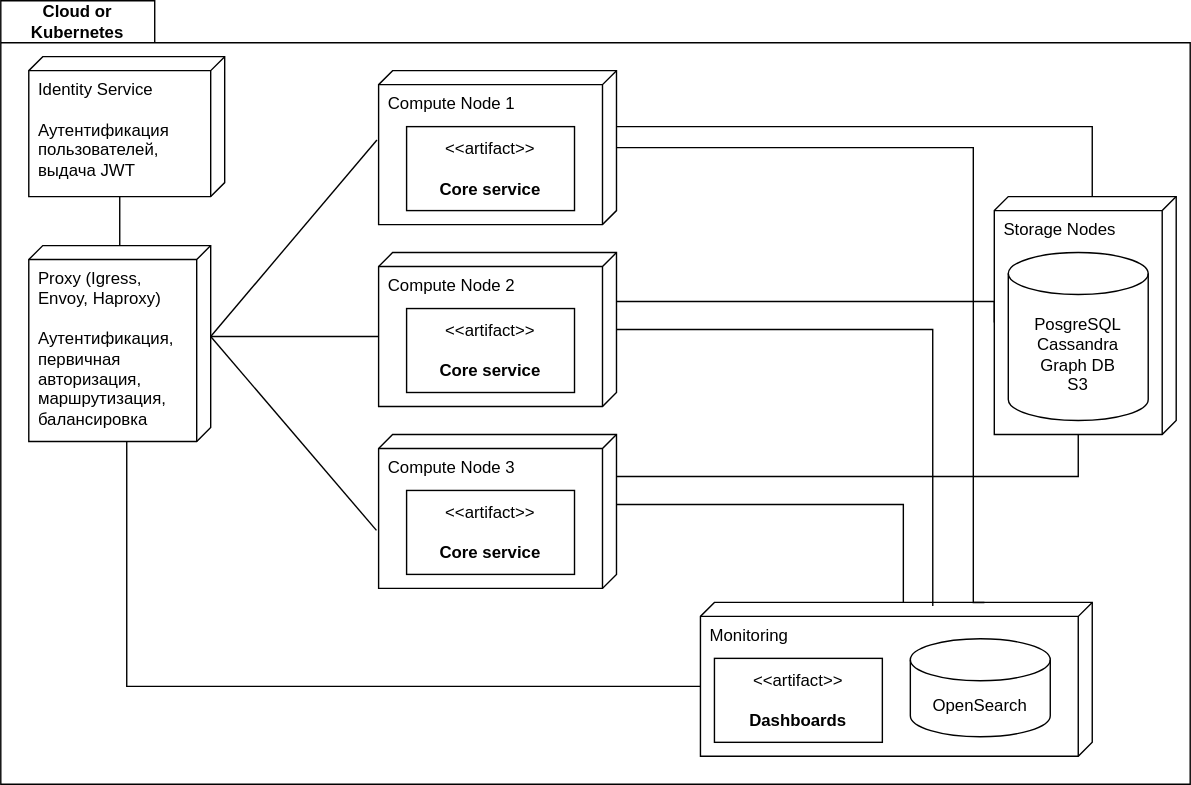
jep21s/core-messenger-project keeps this draw.io diagram as docs/04-devops/deployment.drawio.svg. Above is the earlier version. Source tidied: cells renumbered, new cells last; positions are measured from the earlier drawing's top-left corner, leaving out a move shared by most shapes. The source it was exported from:
```xml
<mxGraphModel>
  <root>
    <mxCell id="0" />
    <mxCell id="1" parent="0" />
    <mxCell id="2" value="Cloud or Kubernetes" style="shape=folder;fontStyle=1;tabWidth=110;tabHeight=30;tabPosition=left;html=1;boundedLbl=1;labelInHeader=1;whiteSpace=wrap;fillColor=none;" parent="1" vertex="1">
      <mxGeometry width="850" height="560" as="geometry" />
    </mxCell>
    <mxCell id="3" value="Storage Nodes" style="verticalAlign=top;align=left;shape=cube;size=10;direction=south;fontStyle=0;html=1;boundedLbl=1;spacingLeft=5;whiteSpace=wrap;" parent="2" vertex="1">
      <mxGeometry x="710" y="140" width="130" height="170" as="geometry" />
    </mxCell>
    <mxCell id="4" value="Proxy (Igress, Envoy, Haproxy)&lt;div&gt;&lt;br&gt;&lt;/div&gt;&lt;div&gt;Аутентификация, первичная авторизация, маршрутизация,&lt;/div&gt;&lt;div&gt;балансировка&lt;/div&gt;" style="verticalAlign=top;align=left;shape=cube;size=10;direction=south;fontStyle=0;html=1;boundedLbl=1;spacingLeft=5;whiteSpace=wrap;" parent="2" vertex="1">
      <mxGeometry x="20" y="175" width="130" height="140" as="geometry" />
    </mxCell>
    <mxCell id="5" value="Compute Node 1" style="verticalAlign=top;align=left;shape=cube;size=10;direction=south;fontStyle=0;html=1;boundedLbl=1;spacingLeft=5;whiteSpace=wrap;" parent="2" vertex="1">
      <mxGeometry x="270" y="50" width="170" height="110" as="geometry" />
    </mxCell>
    <mxCell id="6" value="&amp;lt;&amp;lt;artifact&amp;gt;&amp;gt;&lt;br&gt;&lt;br&gt;&lt;b&gt;Core service&lt;/b&gt;" style="html=1;align=center;verticalAlign=middle;dashed=0;whiteSpace=wrap;" parent="2" vertex="1">
      <mxGeometry x="290" y="90" width="120" height="60" as="geometry" />
    </mxCell>
    <mxCell id="7" value="Compute Node 2" style="verticalAlign=top;align=left;shape=cube;size=10;direction=south;fontStyle=0;html=1;boundedLbl=1;spacingLeft=5;whiteSpace=wrap;" parent="2" vertex="1">
      <mxGeometry x="270" y="180" width="170" height="110" as="geometry" />
    </mxCell>
    <mxCell id="8" value="&amp;lt;&amp;lt;artifact&amp;gt;&amp;gt;&lt;br&gt;&lt;br&gt;&lt;b&gt;Core service&lt;/b&gt;" style="html=1;align=center;verticalAlign=middle;dashed=0;whiteSpace=wrap;" parent="2" vertex="1">
      <mxGeometry x="290" y="220" width="120" height="60" as="geometry" />
    </mxCell>
    <mxCell id="9" value="Compute Node 3" style="verticalAlign=top;align=left;shape=cube;size=10;direction=south;fontStyle=0;html=1;boundedLbl=1;spacingLeft=5;whiteSpace=wrap;" parent="2" vertex="1">
      <mxGeometry x="270" y="310" width="170" height="110" as="geometry" />
    </mxCell>
    <mxCell id="10" value="&amp;lt;&amp;lt;artifact&amp;gt;&amp;gt;&lt;br&gt;&lt;br&gt;&lt;b&gt;Core service&lt;/b&gt;" style="html=1;align=center;verticalAlign=middle;dashed=0;whiteSpace=wrap;" parent="2" vertex="1">
      <mxGeometry x="290" y="350" width="120" height="60" as="geometry" />
    </mxCell>
    <mxCell id="11" style="rounded=0;jettySize=auto;html=1;entryX=0.45;entryY=1.007;entryDx=0;entryDy=0;entryPerimeter=0;exitX=0;exitY=0;exitDx=65;exitDy=0;exitPerimeter=0;endArrow=none;endFill=0;" parent="2" edge="1" source="4" target="5">
      <mxGeometry relative="1" as="geometry" />
    </mxCell>
    <mxCell id="12" style="rounded=0;jettySize=auto;html=1;entryX=0;entryY=0;entryDx=60;entryDy=170;entryPerimeter=0;exitX=0;exitY=0;exitDx=65;exitDy=0;exitPerimeter=0;endArrow=none;endFill=0;" parent="2" edge="1" source="4" target="7">
      <mxGeometry relative="1" as="geometry" />
    </mxCell>
    <mxCell id="13" style="rounded=0;jettySize=auto;html=1;exitX=0;exitY=0;exitDx=65;exitDy=0;exitPerimeter=0;endArrow=none;endFill=0;entryX=0.623;entryY=1.009;entryDx=0;entryDy=0;entryPerimeter=0;" parent="2" edge="1" source="4" target="9">
      <mxGeometry relative="1" as="geometry" />
    </mxCell>
    <mxCell id="14" value="Identity Service&lt;div&gt;&lt;br&gt;&lt;/div&gt;&lt;div&gt;Аутентификация пользователей, выдача JWT&lt;/div&gt;" style="verticalAlign=top;align=left;shape=cube;size=10;direction=south;fontStyle=0;html=1;boundedLbl=1;spacingLeft=5;whiteSpace=wrap;" parent="2" vertex="1">
      <mxGeometry x="20" y="40" width="140" height="100" as="geometry" />
    </mxCell>
    <mxCell id="15" style="edgeStyle=orthogonalEdgeStyle;rounded=0;jettySize=auto;html=1;entryX=0;entryY=0;entryDx=100;entryDy=75;entryPerimeter=0;endArrow=none;endFill=0;" parent="2" edge="1" source="4" target="14">
      <mxGeometry relative="1" as="geometry" />
    </mxCell>
    <mxCell id="16" value="Monitoring" style="verticalAlign=top;align=left;shape=cube;size=10;direction=south;fontStyle=0;html=1;boundedLbl=1;spacingLeft=5;whiteSpace=wrap;" parent="2" vertex="1">
      <mxGeometry x="500" y="430" width="280" height="110" as="geometry" />
    </mxCell>
    <mxCell id="17" value="OpenSearch" style="shape=cylinder3;whiteSpace=wrap;html=1;boundedLbl=1;backgroundOutline=1;size=15;" parent="2" vertex="1">
      <mxGeometry x="650" y="456" width="100" height="70" as="geometry" />
    </mxCell>
    <mxCell id="18" value="&amp;lt;&amp;lt;artifact&amp;gt;&amp;gt;&lt;br&gt;&lt;br&gt;&lt;b&gt;Dashboards&lt;/b&gt;" style="html=1;align=center;verticalAlign=middle;dashed=0;whiteSpace=wrap;" parent="2" vertex="1">
      <mxGeometry x="510" y="470" width="120" height="60" as="geometry" />
    </mxCell>
    <mxCell id="19" style="edgeStyle=orthogonalEdgeStyle;rounded=0;jettySize=auto;html=1;entryX=0;entryY=0;entryDx=60;entryDy=280;entryPerimeter=0;endArrow=none;endFill=0;" parent="2" edge="1" source="4" target="16">
      <mxGeometry relative="1" as="geometry">
        <Array as="points">
          <mxPoint x="90" y="490" />
        </Array>
      </mxGeometry>
    </mxCell>
    <mxCell id="20" style="edgeStyle=orthogonalEdgeStyle;rounded=0;jettySize=auto;html=1;entryX=0;entryY=0;entryDx=0;entryDy=135;entryPerimeter=0;exitX=0;exitY=0;exitDx=50;exitDy=0;exitPerimeter=0;endArrow=none;endFill=0;" parent="2" edge="1" source="9" target="16">
      <mxGeometry relative="1" as="geometry" />
    </mxCell>
    <mxCell id="21" style="edgeStyle=orthogonalEdgeStyle;rounded=0;jettySize=auto;html=1;entryX=0.024;entryY=0.407;entryDx=0;entryDy=0;entryPerimeter=0;endArrow=none;endFill=0;" parent="2" edge="1" source="7" target="16">
      <mxGeometry relative="1" as="geometry">
        <Array as="points">
          <mxPoint x="666" y="235" />
        </Array>
      </mxGeometry>
    </mxCell>
    <mxCell id="22" style="edgeStyle=orthogonalEdgeStyle;rounded=0;jettySize=auto;html=1;entryX=0.827;entryY=0.768;entryDx=0;entryDy=0;entryPerimeter=0;endArrow=none;endFill=0;" parent="2" edge="1" source="5" target="2">
      <mxGeometry relative="1" as="geometry">
        <Array as="points">
          <mxPoint x="695" y="105" />
        </Array>
      </mxGeometry>
    </mxCell>
    <mxCell id="23" value="PosgreSQL&lt;div&gt;Cassandra&lt;/div&gt;&lt;div&gt;Graph DB&lt;/div&gt;&lt;div&gt;S3&lt;/div&gt;" style="shape=cylinder3;whiteSpace=wrap;html=1;boundedLbl=1;backgroundOutline=1;size=15;" parent="2" vertex="1">
      <mxGeometry x="720" y="180" width="100" height="120" as="geometry" />
    </mxCell>
    <mxCell id="24" style="edgeStyle=orthogonalEdgeStyle;rounded=0;jettySize=auto;html=1;entryX=0;entryY=0;entryDx=90;entryDy=130;entryPerimeter=0;endArrow=none;endFill=0;" parent="2" edge="1" source="7" target="3">
      <mxGeometry relative="1" as="geometry">
        <Array as="points">
          <mxPoint x="710" y="215" />
        </Array>
      </mxGeometry>
    </mxCell>
    <mxCell id="25" style="edgeStyle=orthogonalEdgeStyle;rounded=0;jettySize=auto;html=1;entryX=0;entryY=0;entryDx=170;entryDy=70;entryPerimeter=0;endArrow=none;endFill=0;" parent="2" edge="1" source="9" target="3">
      <mxGeometry relative="1" as="geometry">
        <Array as="points">
          <mxPoint x="770" y="340" />
        </Array>
      </mxGeometry>
    </mxCell>
    <mxCell id="26" style="edgeStyle=orthogonalEdgeStyle;rounded=0;jettySize=auto;html=1;entryX=0;entryY=0;entryDx=0;entryDy=60;entryPerimeter=0;endArrow=none;endFill=0;" parent="2" edge="1" source="5" target="3">
      <mxGeometry relative="1" as="geometry">
        <Array as="points">
          <mxPoint x="780" y="90" />
        </Array>
      </mxGeometry>
    </mxCell>
  </root>
</mxGraphModel>
```
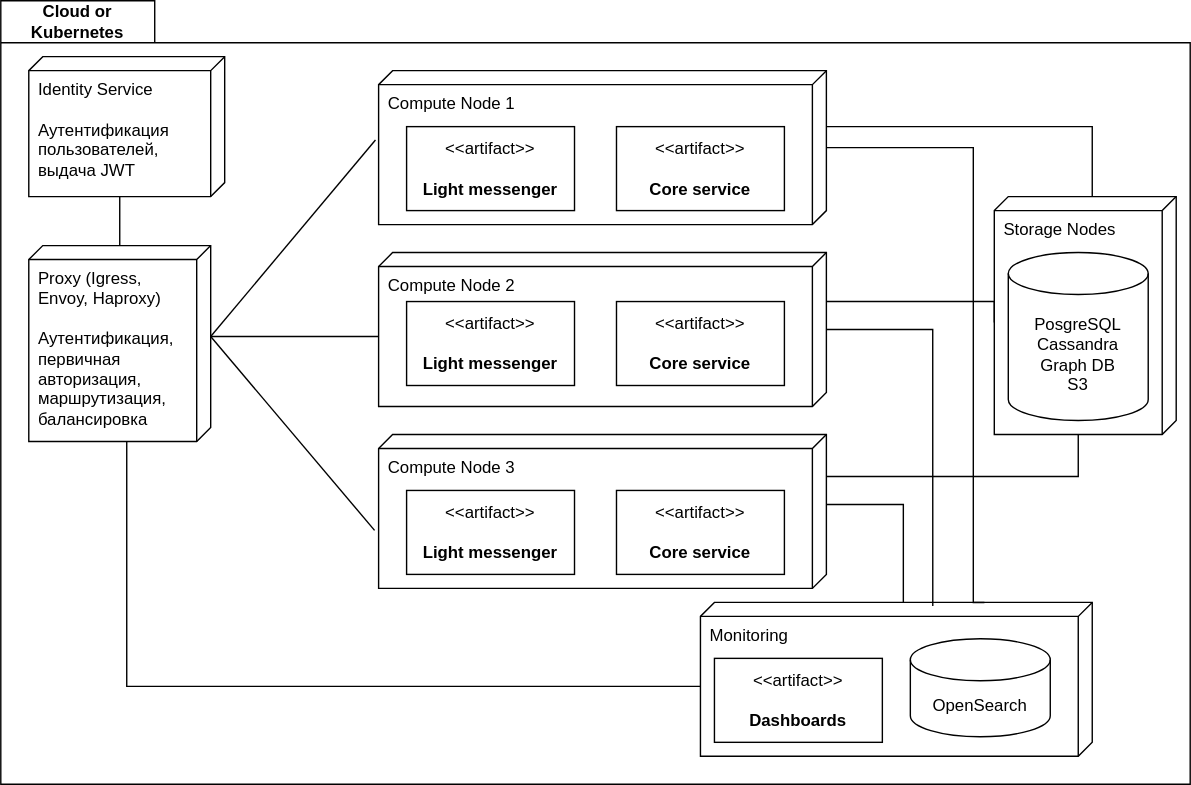
Later version of the same file.

Commit message:
third-homework: add light messenger

Change to the diagram source:
```diff
@@ -12,27 +12,27 @@
       <mxGeometry x="20" y="175" width="130" height="140" as="geometry" />
     </mxCell>
     <mxCell id="5" value="Compute Node 1" style="verticalAlign=top;align=left;shape=cube;size=10;direction=south;fontStyle=0;html=1;boundedLbl=1;spacingLeft=5;whiteSpace=wrap;" parent="2" vertex="1">
-      <mxGeometry x="270" y="50" width="170" height="110" as="geometry" />
+      <mxGeometry x="270" y="50" width="320" height="110" as="geometry" />
     </mxCell>
-    <mxCell id="6" value="&amp;lt;&amp;lt;artifact&amp;gt;&amp;gt;&lt;br&gt;&lt;br&gt;&lt;b&gt;Core service&lt;/b&gt;" style="html=1;align=center;verticalAlign=middle;dashed=0;whiteSpace=wrap;" parent="2" vertex="1">
+    <mxCell id="6" value="&amp;lt;&amp;lt;artifact&amp;gt;&amp;gt;&lt;br&gt;&lt;br&gt;&lt;b&gt;Light messenger&lt;/b&gt;" style="html=1;align=center;verticalAlign=middle;dashed=0;whiteSpace=wrap;" parent="2" vertex="1">
       <mxGeometry x="290" y="90" width="120" height="60" as="geometry" />
     </mxCell>
     <mxCell id="7" value="Compute Node 2" style="verticalAlign=top;align=left;shape=cube;size=10;direction=south;fontStyle=0;html=1;boundedLbl=1;spacingLeft=5;whiteSpace=wrap;" parent="2" vertex="1">
-      <mxGeometry x="270" y="180" width="170" height="110" as="geometry" />
+      <mxGeometry x="270" y="180" width="320" height="110" as="geometry" />
     </mxCell>
     <mxCell id="8" value="&amp;lt;&amp;lt;artifact&amp;gt;&amp;gt;&lt;br&gt;&lt;br&gt;&lt;b&gt;Core service&lt;/b&gt;" style="html=1;align=center;verticalAlign=middle;dashed=0;whiteSpace=wrap;" parent="2" vertex="1">
-      <mxGeometry x="290" y="220" width="120" height="60" as="geometry" />
+      <mxGeometry x="440" y="215" width="120" height="60" as="geometry" />
     </mxCell>
     <mxCell id="9" value="Compute Node 3" style="verticalAlign=top;align=left;shape=cube;size=10;direction=south;fontStyle=0;html=1;boundedLbl=1;spacingLeft=5;whiteSpace=wrap;" parent="2" vertex="1">
-      <mxGeometry x="270" y="310" width="170" height="110" as="geometry" />
+      <mxGeometry x="270" y="310" width="320" height="110" as="geometry" />
     </mxCell>
     <mxCell id="10" value="&amp;lt;&amp;lt;artifact&amp;gt;&amp;gt;&lt;br&gt;&lt;br&gt;&lt;b&gt;Core service&lt;/b&gt;" style="html=1;align=center;verticalAlign=middle;dashed=0;whiteSpace=wrap;" parent="2" vertex="1">
-      <mxGeometry x="290" y="350" width="120" height="60" as="geometry" />
+      <mxGeometry x="440" y="350" width="120" height="60" as="geometry" />
     </mxCell>
     <mxCell id="11" style="rounded=0;jettySize=auto;html=1;entryX=0.45;entryY=1.007;entryDx=0;entryDy=0;entryPerimeter=0;exitX=0;exitY=0;exitDx=65;exitDy=0;exitPerimeter=0;endArrow=none;endFill=0;" parent="2" edge="1" source="4" target="5">
       <mxGeometry relative="1" as="geometry" />
     </mxCell>
-    <mxCell id="12" style="rounded=0;jettySize=auto;html=1;entryX=0;entryY=0;entryDx=60;entryDy=170;entryPerimeter=0;exitX=0;exitY=0;exitDx=65;exitDy=0;exitPerimeter=0;endArrow=none;endFill=0;" parent="2" edge="1" source="4" target="7">
+    <mxCell id="12" style="rounded=0;jettySize=auto;html=1;entryX=0;entryY=0;entryDx=60;entryDy=320;entryPerimeter=0;exitX=0;exitY=0;exitDx=65;exitDy=0;exitPerimeter=0;endArrow=none;endFill=0;" parent="2" edge="1" source="4" target="7">
       <mxGeometry relative="1" as="geometry" />
     </mxCell>
     <mxCell id="13" style="rounded=0;jettySize=auto;html=1;exitX=0;exitY=0;exitDx=65;exitDy=0;exitPerimeter=0;endArrow=none;endFill=0;entryX=0.623;entryY=1.009;entryDx=0;entryDy=0;entryPerimeter=0;" parent="2" edge="1" source="4" target="9">
@@ -101,5 +101,14 @@
         </Array>
       </mxGeometry>
     </mxCell>
+    <mxCell id="27" value="&amp;lt;&amp;lt;artifact&amp;gt;&amp;gt;&lt;br&gt;&lt;br&gt;&lt;b&gt;Core service&lt;/b&gt;" style="html=1;align=center;verticalAlign=middle;dashed=0;whiteSpace=wrap;" parent="2" vertex="1">
+      <mxGeometry x="440" y="90" width="120" height="60" as="geometry" />
+    </mxCell>
+    <mxCell id="28" value="&amp;lt;&amp;lt;artifact&amp;gt;&amp;gt;&lt;br&gt;&lt;br&gt;&lt;b&gt;Light messenger&lt;/b&gt;" style="html=1;align=center;verticalAlign=middle;dashed=0;whiteSpace=wrap;" parent="2" vertex="1">
+      <mxGeometry x="290" y="215" width="120" height="60" as="geometry" />
+    </mxCell>
+    <mxCell id="29" value="&amp;lt;&amp;lt;artifact&amp;gt;&amp;gt;&lt;br&gt;&lt;br&gt;&lt;b&gt;Light messenger&lt;/b&gt;" style="html=1;align=center;verticalAlign=middle;dashed=0;whiteSpace=wrap;" parent="2" vertex="1">
+      <mxGeometry x="290" y="350" width="120" height="60" as="geometry" />
+    </mxCell>
   </root>
 </mxGraphModel>
```
